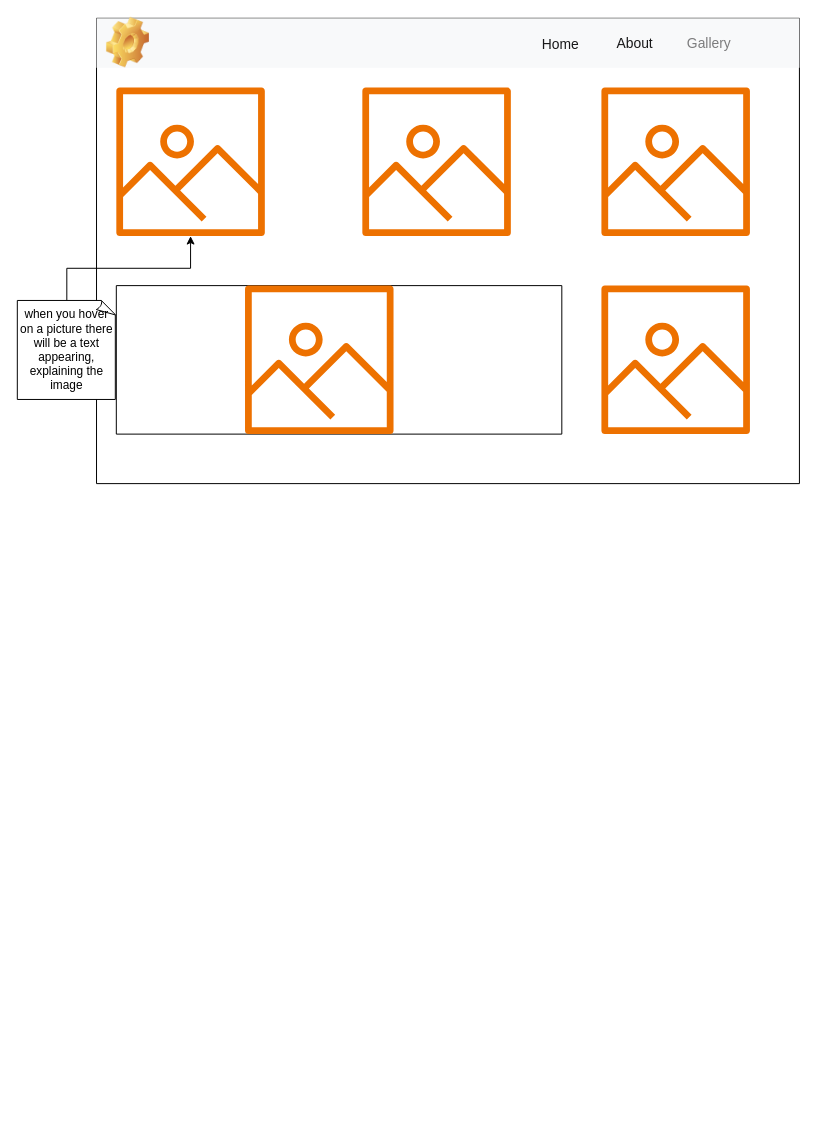
The draw.io diagram wireframes/galleryPage.drawio in handeedaoz/WDD_GroupQ, before the edit. Source tidied: cells renumbered, new cells numbered last; positions are measured from the earlier drawing's top-left corner, leaving out a move shared by most shapes. Both pictures are drawn from the tidied source at 99%, with x=0, y=0 at pixel (17, 17).
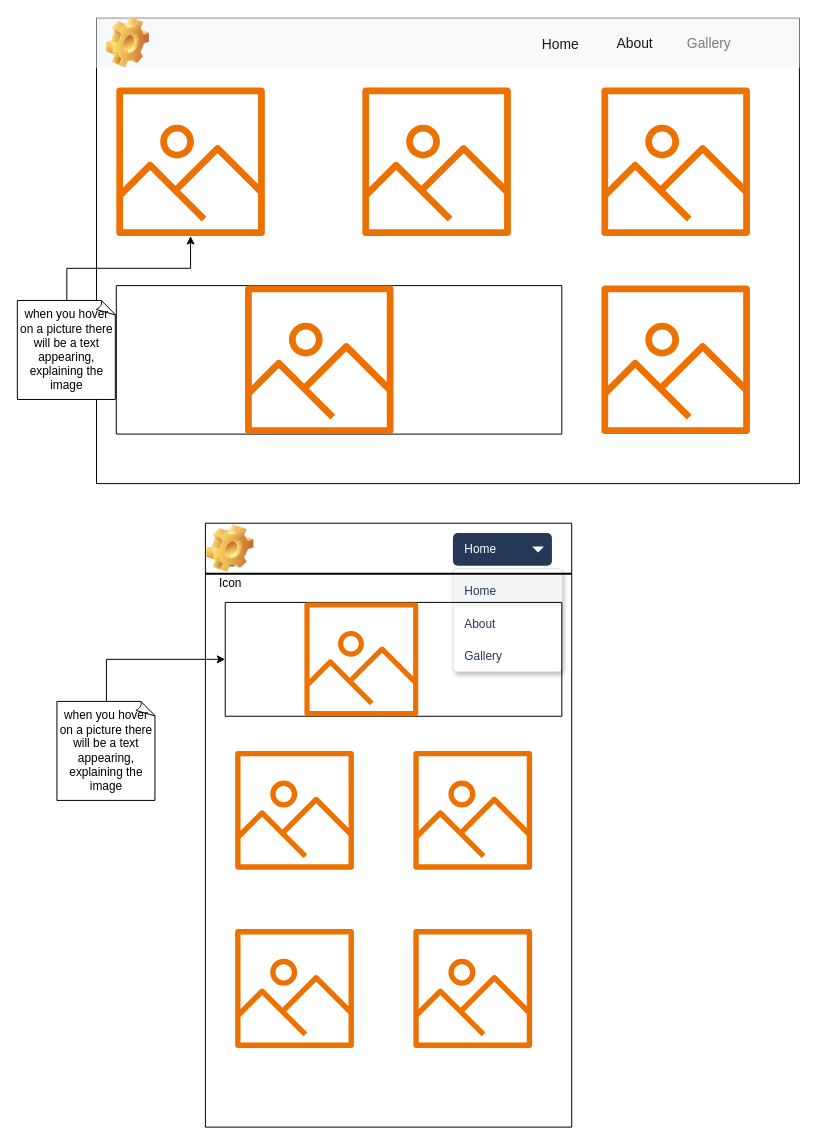
The same diagram, later.

Diff of the diagram source:
```diff
@@
+    <mxCell id="17" style="swimlane;startSize=0;" parent="1" vertex="1">
+      <mxGeometry x="190" y="511" width="370" height="610" as="geometry" />
+    </mxCell>
+    <mxCell id="18" value="Home" style="rounded=1;fillColor=#253858;strokeColor=none;html=1;fontColor=#ffffff;align=left;fontSize=12;spacingLeft=10;" parent="17" vertex="1">
+      <mxGeometry x="250" y="10" width="100" height="33" as="geometry" />
+    </mxCell>
+    <mxCell id="19" style="shape=triangle;direction=south;fillColor=#ffffff;strokeColor=none;html=1;fontSize=20;" parent="18" vertex="1">
+      <mxGeometry x="1" y="0.5" width="12" height="6" relative="1" as="geometry">
+        <mxPoint x="-20" y="-3" as="offset" />
+      </mxGeometry>
+    </mxCell>
+    <mxCell id="20" style="rounded=1;fillColor=#ffffff;strokeColor=#DFE1E5;shadow=1;html=1;arcSize=4;hachureGap=4;fontFamily=Helvetica;fontSize=20;" parent="17" vertex="1">
+      <mxGeometry x="250" y="46" width="110" height="104" as="geometry" />
+    </mxCell>
+    <mxCell id="21" value="Home" style="rounded=0;fillColor=#F4F5F7;strokeColor=none;shadow=0;html=1;align=left;fontSize=12;spacingLeft=10;fontColor=#253858;" parent="20" vertex="1">
+      <mxGeometry width="110" height="33" relative="1" as="geometry">
+        <mxPoint y="6" as="offset" />
+      </mxGeometry>
+    </mxCell>
+    <mxCell id="22" value="About" style="rounded=0;fillColor=none;strokeColor=none;shadow=0;html=1;align=left;fontSize=12;spacingLeft=10;fontColor=#253858;" parent="20" vertex="1">
+      <mxGeometry width="110" height="33" relative="1" as="geometry">
+        <mxPoint y="39" as="offset" />
+      </mxGeometry>
+    </mxCell>
+    <mxCell id="23" value="Gallery" style="rounded=0;fillColor=none;strokeColor=none;shadow=0;html=1;align=left;fontSize=12;spacingLeft=10;fontColor=#253858;" parent="20" vertex="1">
+      <mxGeometry width="110" height="33" relative="1" as="geometry">
+        <mxPoint y="72" as="offset" />
+      </mxGeometry>
+    </mxCell>
+    <mxCell id="24" value="Icon" style="icon;html=1;image=img/clipart/Gear_128x128.png;" parent="17" vertex="1">
+      <mxGeometry x="20" y="8" width="10" height="35" as="geometry" />
+    </mxCell>
+    <mxCell id="25" style="line;strokeWidth=2;html=1;" parent="17" vertex="1">
+      <mxGeometry y="46" width="370" height="10" as="geometry" />
+    </mxCell>
+    <mxCell id="26" style="swimlane;startSize=0;" parent="17" vertex="1">
+      <mxGeometry x="20" y="80" width="340" height="115" as="geometry" />
+    </mxCell>
+    <mxCell id="27" style="sketch=0;fontColor=#232F3E;gradientColor=none;fillColor=#ED7100;strokeColor=none;dashed=0;verticalLabelPosition=bottom;verticalAlign=top;align=center;html=1;fontSize=12;fontStyle=0;shape=mxgraph.aws4.container_registry_image;" parent="26" vertex="1">
+      <mxGeometry x="80" width="115" height="115" as="geometry" />
+    </mxCell>
+    <mxCell id="28" style="sketch=0;fontColor=#232F3E;gradientColor=none;fillColor=#ED7100;strokeColor=none;dashed=0;verticalLabelPosition=bottom;verticalAlign=top;align=center;html=1;fontSize=12;fontStyle=0;shape=mxgraph.aws4.container_registry_image;" parent="17" vertex="1">
+      <mxGeometry x="30" y="230" width="120" height="120" as="geometry" />
+    </mxCell>
+    <mxCell id="29" style="sketch=0;fontColor=#232F3E;gradientColor=none;fillColor=#ED7100;strokeColor=none;dashed=0;verticalLabelPosition=bottom;verticalAlign=top;align=center;html=1;fontSize=12;fontStyle=0;shape=mxgraph.aws4.container_registry_image;" parent="17" vertex="1">
+      <mxGeometry x="30" y="410" width="120" height="120" as="geometry" />
+    </mxCell>
+    <mxCell id="30" style="sketch=0;fontColor=#232F3E;gradientColor=none;fillColor=#ED7100;strokeColor=none;dashed=0;verticalLabelPosition=bottom;verticalAlign=top;align=center;html=1;fontSize=12;fontStyle=0;shape=mxgraph.aws4.container_registry_image;" parent="17" vertex="1">
+      <mxGeometry x="210" y="230" width="120" height="120" as="geometry" />
+    </mxCell>
+    <mxCell id="31" style="sketch=0;fontColor=#232F3E;gradientColor=none;fillColor=#ED7100;strokeColor=none;dashed=0;verticalLabelPosition=bottom;verticalAlign=top;align=center;html=1;fontSize=12;fontStyle=0;shape=mxgraph.aws4.container_registry_image;" parent="17" vertex="1">
+      <mxGeometry x="210" y="410" width="120" height="120" as="geometry" />
+    </mxCell>
+    <mxCell id="32" style="edgeStyle=orthogonalEdgeStyle;rounded=0;jettySize=auto;html=1;exitX=0.5;exitY=0;exitDx=0;exitDy=0;exitPerimeter=0;entryX=0;entryY=0.5;entryDx=0;entryDy=0;" parent="1" edge="1" source="33" target="26">
+      <mxGeometry relative="1" as="geometry" />
+    </mxCell>
+    <mxCell id="33" value="when you hover on a picture there will be a text appearing, explaining the image" style="whiteSpace=wrap;html=1;shape=mxgraph.basic.document;" parent="1" vertex="1">
+      <mxGeometry x="40" y="691" width="100" height="100" as="geometry" />
+    </mxCell>
```
